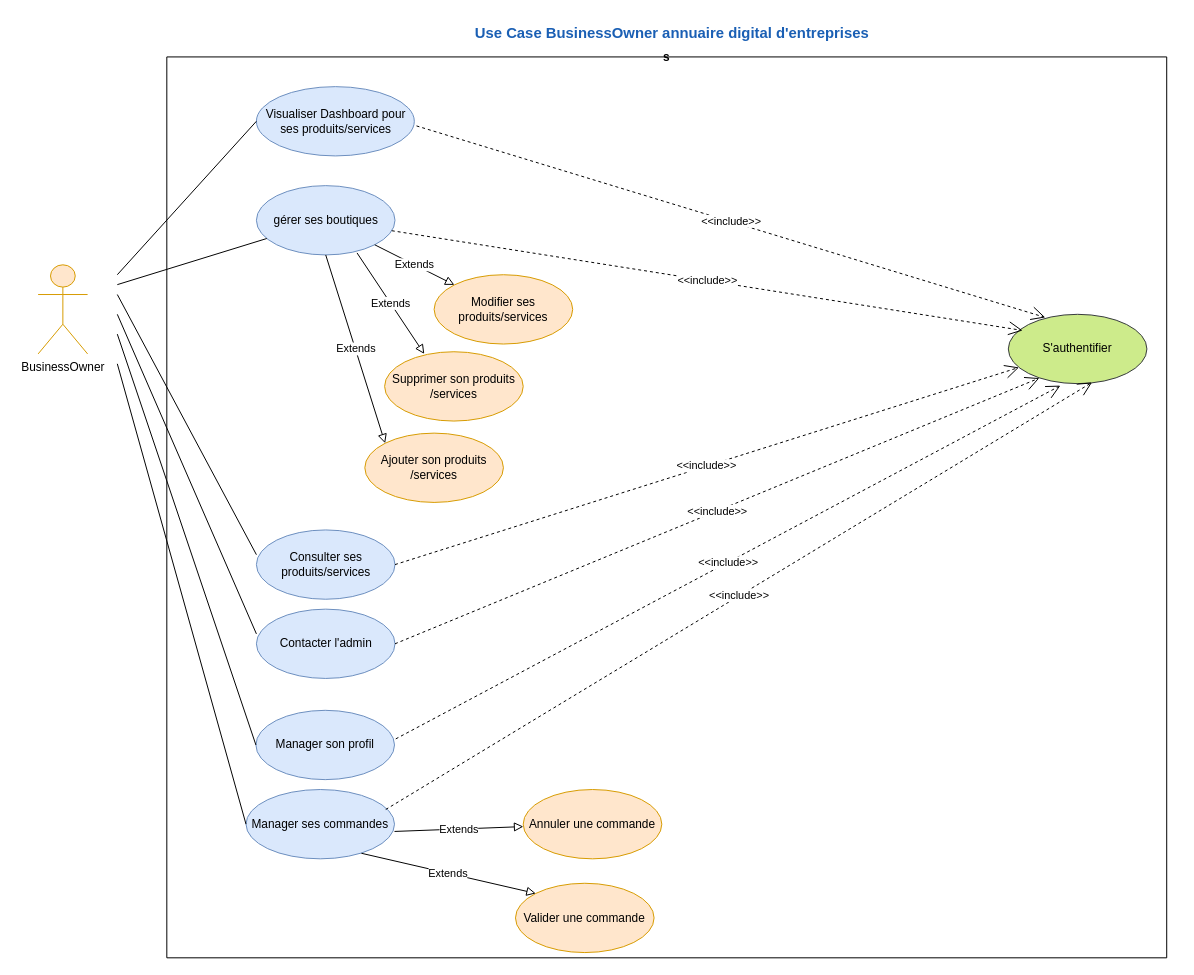
This is 3. UseCase_BusinessOwner.drawio from amine-elarass49/angular_doc, a draw.io file, before an edit. Source tidied: cells renumbered, new cells numbered last; positions are measured from the earlier drawing's top-left corner, leaving out a move shared by most shapes. Both pictures are drawn from the tidied source at 99%, with x=0, y=0 at pixel (38, 17).
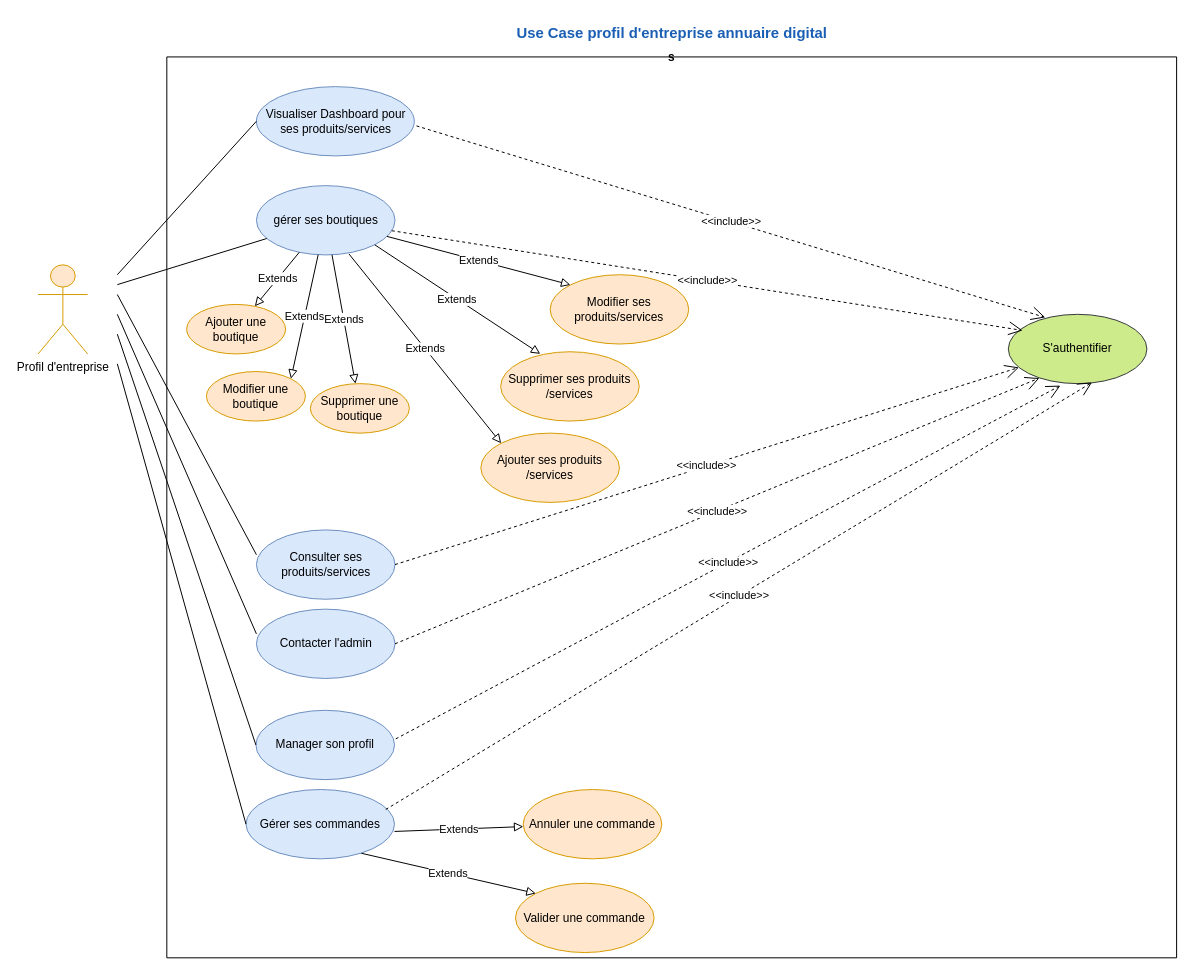
The same diagram, later.

Unchanged cells that the change refers to:
```xml
<mxCell id="4" value="gérer ses boutiques" style="ellipse;whiteSpace=wrap;html=1;fillColor=#dae8fc;strokeColor=#6c8ebf;" parent="2" vertex="1">
  <mxGeometry x="90.5" y="130" width="140" height="70" as="geometry" />
</mxCell>
```

Diff of the diagram source:
```diff
@@
     <mxCell id="2" value="s" style="swimlane;startSize=0;" parent="1" vertex="1">
-      <mxGeometry x="130" y="40" width="1010" height="910" as="geometry" />
+      <mxGeometry x="130" y="40" width="1020" height="910" as="geometry" />
     </mxCell>
@@
     <mxCell id="5" value="Modifier ses produits/services" style="ellipse;whiteSpace=wrap;html=1;fillColor=#ffe6cc;strokeColor=#d79b00;" parent="2" vertex="1">
-      <mxGeometry x="270" y="220" width="140" height="70" as="geometry" />
+      <mxGeometry x="387.2" y="220" width="140" height="70" as="geometry" />
     </mxCell>
-    <mxCell id="6" value="&lt;div&gt;Supprimer son produits&lt;/div&gt;/services" style="ellipse;whiteSpace=wrap;html=1;fillColor=#ffe6cc;strokeColor=#d79b00;" parent="2" vertex="1">
-      <mxGeometry x="220" y="297.8" width="140" height="70" as="geometry" />
+    <mxCell id="6" value="&lt;div&gt;Supprimer ses produits&lt;/div&gt;/services" style="ellipse;whiteSpace=wrap;html=1;fillColor=#ffe6cc;strokeColor=#d79b00;" parent="2" vertex="1">
+      <mxGeometry x="337.2" y="297.8" width="140" height="70" as="geometry" />
     </mxCell>
@@
-    <mxCell id="17" value="Manager ses commandes" style="ellipse;whiteSpace=wrap;html=1;fillColor=#dae8fc;strokeColor=#6c8ebf;" parent="2" vertex="1">
+    <mxCell id="17" value="Gérer ses commandes" style="ellipse;whiteSpace=wrap;html=1;fillColor=#dae8fc;strokeColor=#6c8ebf;" parent="2" vertex="1">
       <mxGeometry x="80" y="740" width="150" height="70" as="geometry" />
     </mxCell>
@@
-    <mxCell id="25" value="Extends" style="endArrow=block;endSize=7;endFill=0;html=1;rounded=0;entryX=0.286;entryY=0.031;entryDx=0;entryDy=0;entryPerimeter=0;exitX=0.726;exitY=0.971;exitDx=0;exitDy=0;exitPerimeter=0;" parent="2" edge="1" source="4" target="6">
+    <mxCell id="25" value="Extends" style="endArrow=block;endSize=7;endFill=0;html=1;rounded=0;entryX=0.286;entryY=0.031;entryDx=0;entryDy=0;entryPerimeter=0;exitX=1;exitY=1;exitDx=0;exitDy=0;" parent="2" edge="1" source="4" target="6">
       <mxGeometry relative="1" as="geometry" />
     </mxCell>
-    <mxCell id="26" value="&lt;div&gt;Ajouter son produits&lt;/div&gt;/services" style="ellipse;whiteSpace=wrap;html=1;fillColor=#ffe6cc;strokeColor=#d79b00;" parent="2" vertex="1">
-      <mxGeometry x="200" y="380" width="140" height="70" as="geometry" />
+    <mxCell id="26" value="&lt;div&gt;Ajouter ses produits&lt;/div&gt;/services" style="ellipse;whiteSpace=wrap;html=1;fillColor=#ffe6cc;strokeColor=#d79b00;" parent="2" vertex="1">
+      <mxGeometry x="317.2" y="380" width="140" height="70" as="geometry" />
     </mxCell>
-    <mxCell id="27" value="Extends" style="endArrow=block;endSize=7;endFill=0;html=1;rounded=0;entryX=0;entryY=0;entryDx=0;entryDy=0;exitX=0.5;exitY=1;exitDx=0;exitDy=0;" parent="2" edge="1" source="4" target="26">
+    <mxCell id="27" value="Extends" style="endArrow=block;endSize=7;endFill=0;html=1;rounded=0;entryX=0;entryY=0;entryDx=0;entryDy=0;exitX=0.668;exitY=0.986;exitDx=0;exitDy=0;exitPerimeter=0;" parent="2" edge="1" source="4" target="26">
       <mxGeometry relative="1" as="geometry" />
     </mxCell>
@@
-    <mxCell id="32" value="&lt;b&gt;&lt;font style=&quot;font-size: 15px;&quot; color=&quot;#1a5fb4&quot;&gt;Use Case BusinessOwner annuaire digital d'entreprises&lt;/font&gt;&lt;/b&gt;" style="text;html=1;align=center;verticalAlign=middle;strokeColor=none;fillColor=none;" parent="2" vertex="1">
-      <mxGeometry x="300" y="-40" width="420" height="30" as="geometry" />
+    <mxCell id="32" value="&lt;b&gt;&lt;font style=&quot;font-size: 15px;&quot; color=&quot;#1a5fb4&quot;&gt;Use Case profil d'entreprise annuaire digital&lt;br&gt;&lt;/font&gt;&lt;/b&gt;" style="text;html=1;align=center;verticalAlign=middle;strokeColor=none;fillColor=none;" parent="2" vertex="1">
+      <mxGeometry x="340" y="-40" width="340" height="30" as="geometry" />
     </mxCell>
-    <mxCell id="33" value="BusinessOwner" style="shape=umlActor;verticalLabelPosition=bottom;verticalAlign=top;html=1;fillColor=#ffe6cc;strokeColor=#d79b00;" parent="2" vertex="1">
+    <mxCell id="33" value="Profil d'entreprise" style="shape=umlActor;verticalLabelPosition=bottom;verticalAlign=top;html=1;fillColor=#ffe6cc;strokeColor=#d79b00;" parent="2" vertex="1">
       <mxGeometry x="-130" y="210" width="50" height="90" as="geometry" />
     </mxCell>
+    <mxCell id="34" value="&lt;div&gt;Ajouter une boutique&lt;br&gt;&lt;/div&gt;" style="ellipse;whiteSpace=wrap;html=1;fillColor=#ffe6cc;strokeColor=#d79b00;" parent="2" vertex="1">
+      <mxGeometry x="20" y="250" width="100" height="50" as="geometry" />
+    </mxCell>
+    <mxCell id="35" value="&lt;div&gt;Supprimer une boutique&lt;br&gt;&lt;/div&gt;" style="ellipse;whiteSpace=wrap;html=1;fillColor=#ffe6cc;strokeColor=#d79b00;" parent="2" vertex="1">
+      <mxGeometry x="145" y="330" width="100" height="50" as="geometry" />
+    </mxCell>
+    <mxCell id="36" value="&lt;div&gt;Modifier une boutique&lt;br&gt;&lt;/div&gt;" style="ellipse;whiteSpace=wrap;html=1;fillColor=#ffe6cc;strokeColor=#d79b00;" parent="2" vertex="1">
+      <mxGeometry x="40" y="317.8" width="100" height="50" as="geometry" />
+    </mxCell>
+    <mxCell id="37" value="Extends" style="endArrow=block;endSize=7;endFill=0;html=1;rounded=0;" parent="2" edge="1" source="4" target="35">
+      <mxGeometry relative="1" as="geometry" />
+    </mxCell>
+    <mxCell id="38" value="Extends" style="endArrow=block;endSize=7;endFill=0;html=1;rounded=0;" parent="2" edge="1" source="4" target="34">
+      <mxGeometry relative="1" as="geometry" />
+    </mxCell>
+    <mxCell id="39" value="Extends" style="endArrow=block;endSize=7;endFill=0;html=1;rounded=0;entryX=1;entryY=0;entryDx=0;entryDy=0;" parent="2" edge="1" source="4" target="36">
+      <mxGeometry relative="1" as="geometry" />
+    </mxCell>
```
